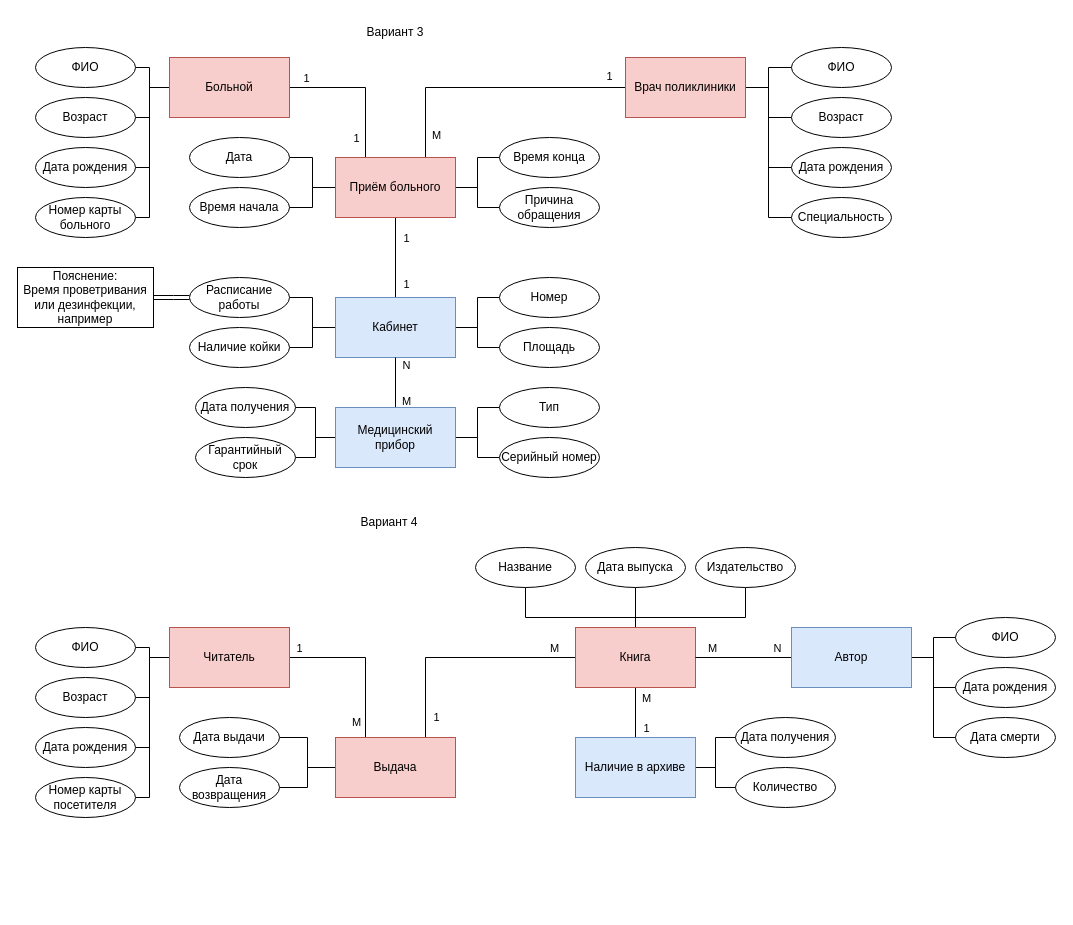
FLord35/DB keeps this draw.io diagram as lab1.drawio. Above is the earlier version. Source tidied: cells renumbered, new cells numbered last; positions are measured from the earlier drawing's top-left corner, leaving out a move shared by most shapes. Both pictures are drawn from the tidied source at 100%, with x=0, y=0 at pixel (17, 17).
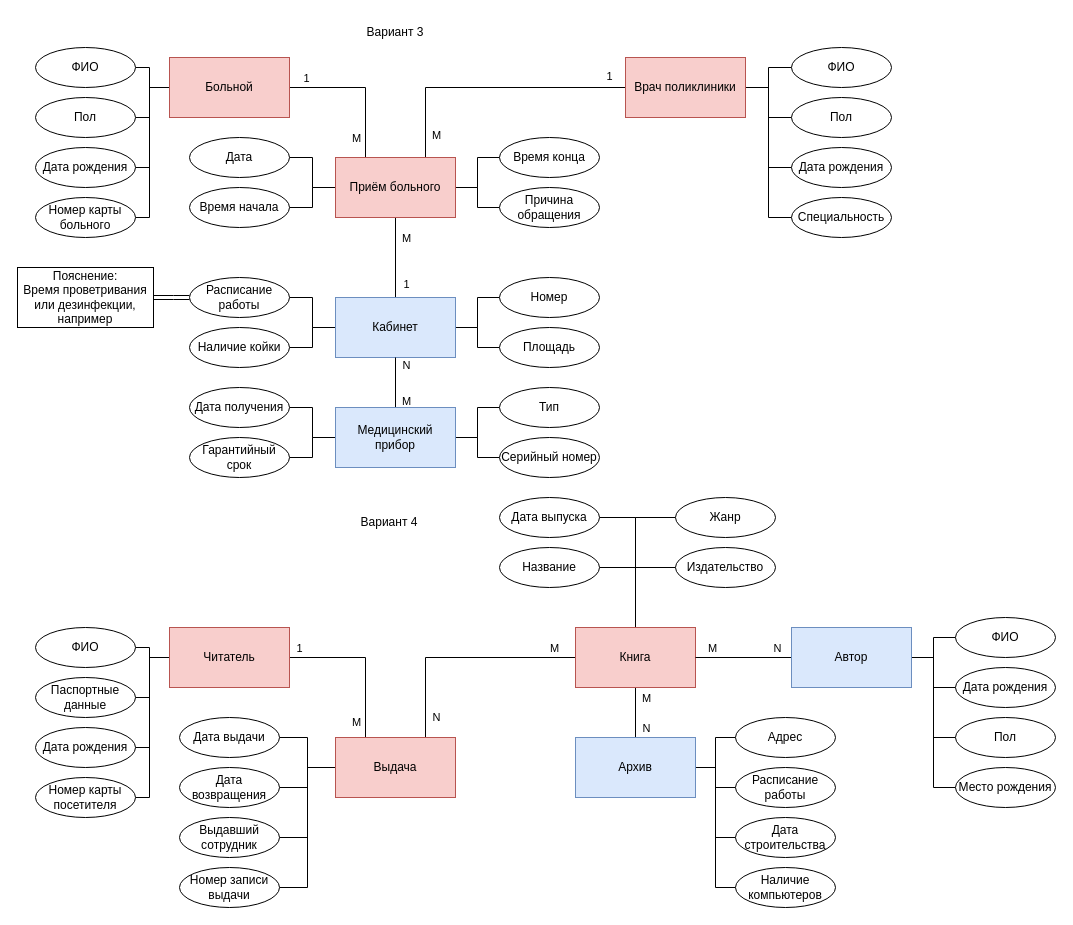
The same diagram, later.

Unchanged cells that the change refers to:
```xml
<mxCell id="14" style="edgeStyle=orthogonalEdgeStyle;rounded=0;jettySize=auto;html=1;entryX=0.25;entryY=0;entryDx=0;entryDy=0;strokeColor=default;align=center;verticalAlign=middle;fontFamily=Helvetica;fontSize=11;fontColor=default;labelBackgroundColor=default;endArrow=none;endFill=0;" parent="1" edge="1" source="18" target="26">
  <mxGeometry relative="1" as="geometry" />
</mxCell>
<mxCell id="19" style="edgeStyle=orthogonalEdgeStyle;rounded=0;jettySize=auto;html=1;entryX=0.5;entryY=0;entryDx=0;entryDy=0;strokeColor=default;align=center;verticalAlign=middle;fontFamily=Helvetica;fontSize=11;fontColor=default;labelBackgroundColor=default;endArrow=none;endFill=0;" parent="1" edge="1" source="26" target="41">
  <mxGeometry relative="1" as="geometry" />
</mxCell>
<mxCell id="60" style="edgeStyle=orthogonalEdgeStyle;rounded=0;jettySize=auto;html=1;entryX=0.75;entryY=0;entryDx=0;entryDy=0;strokeColor=default;align=center;verticalAlign=middle;fontFamily=Helvetica;fontSize=11;fontColor=default;labelBackgroundColor=default;endArrow=none;endFill=0;" parent="1" edge="1" source="69" target="72">
  <mxGeometry relative="1" as="geometry" />
</mxCell>
<mxCell id="66" style="edgeStyle=orthogonalEdgeStyle;rounded=0;jettySize=auto;html=1;entryX=0.5;entryY=0;entryDx=0;entryDy=0;strokeColor=default;align=center;verticalAlign=middle;fontFamily=Helvetica;fontSize=11;fontColor=default;labelBackgroundColor=default;endArrow=none;endFill=0;" parent="1" edge="1" source="69" target="94">
  <mxGeometry relative="1" as="geometry" />
</mxCell>
<mxCell id="69" value="Книга" style="rounded=0;whiteSpace=wrap;html=1;fillColor=#f8cecc;strokeColor=#b85450;" parent="1" vertex="1">
  <mxGeometry x="558" y="610" width="120" height="60" as="geometry" />
</mxCell>
<mxCell id="72" value="Выдача" style="rounded=0;whiteSpace=wrap;html=1;fillColor=#f8cecc;strokeColor=#b85450;" parent="1" vertex="1">
  <mxGeometry x="318" y="720" width="120" height="60" as="geometry" />
</mxCell>
<mxCell id="79" value="Автор" style="rounded=0;whiteSpace=wrap;html=1;fillColor=#dae8fc;strokeColor=#6c8ebf;" parent="1" vertex="1">
  <mxGeometry x="774" y="610" width="120" height="60" as="geometry" />
</mxCell>
```

What changed in the source:
```diff
@@
-    <mxCell id="16" value="1" style="edgeLabel;html=1;align=center;verticalAlign=middle;rounded=0;strokeColor=default;fontFamily=Helvetica;fontSize=11;fontColor=default;labelBackgroundColor=default;" parent="14" vertex="1">
+    <mxCell id="16" value="M" style="edgeLabel;html=1;align=center;verticalAlign=middle;rounded=0;strokeColor=default;fontFamily=Helvetica;fontSize=11;fontColor=default;labelBackgroundColor=default;" parent="14" vertex="1">
       <mxGeometry x="0.55" y="-1" relative="1" as="geometry">
         <mxPoint x="-9" y="13" as="offset" />
       </mxGeometry>
     </mxCell>
@@
-    <mxCell id="20" value="1" style="edgeLabel;html=1;align=center;verticalAlign=middle;rounded=0;strokeColor=default;fontFamily=Helvetica;fontSize=11;fontColor=default;labelBackgroundColor=default;" parent="19" vertex="1">
-      <mxGeometry x="0.09" y="-1" relative="1" as="geometry">
-        <mxPoint x="11" y="-24" as="offset" />
-      </mxGeometry>
-    </mxCell>
@@
+    <mxCell id="109" value="M" style="edgeLabel;html=1;align=center;verticalAlign=middle;" parent="19" vertex="1">
+      <mxGeometry x="-0.76" y="-2" relative="1" as="geometry">
+        <mxPoint x="12" y="10" as="offset" />
+      </mxGeometry>
+    </mxCell>
@@
-    <mxCell id="28" value="Возраст" style="ellipse;whiteSpace=wrap;html=1;" parent="1" vertex="1">
+    <mxCell id="28" value="Пол" style="ellipse;whiteSpace=wrap;html=1;" parent="1" vertex="1">
       <mxGeometry x="18" y="80" width="100" height="40" as="geometry" />
     </mxCell>
@@
-    <mxCell id="32" value="Возраст" style="ellipse;whiteSpace=wrap;html=1;" parent="1" vertex="1">
+    <mxCell id="32" value="Пол" style="ellipse;whiteSpace=wrap;html=1;" parent="1" vertex="1">
       <mxGeometry x="774" y="80" width="100" height="40" as="geometry" />
     </mxCell>
@@
-    <mxCell id="62" value="1" style="edgeLabel;html=1;align=center;verticalAlign=middle;rounded=0;strokeColor=default;fontFamily=Helvetica;fontSize=11;fontColor=default;labelBackgroundColor=default;" parent="60" vertex="1">
+    <mxCell id="62" value="N" style="edgeLabel;html=1;align=center;verticalAlign=middle;rounded=0;strokeColor=default;fontFamily=Helvetica;fontSize=11;fontColor=default;labelBackgroundColor=default;" parent="60" vertex="1">
       <mxGeometry x="0.75" y="1" relative="1" as="geometry">
         <mxPoint x="9" y="8" as="offset" />
       </mxGeometry>
     </mxCell>
-    <mxCell id="63" style="edgeStyle=orthogonalEdgeStyle;rounded=0;jettySize=auto;html=1;entryX=0.5;entryY=1;entryDx=0;entryDy=0;strokeColor=default;align=center;verticalAlign=middle;fontFamily=Helvetica;fontSize=11;fontColor=default;labelBackgroundColor=default;endArrow=none;endFill=0;" parent="1" edge="1" source="69" target="84">
+    <mxCell id="63" style="edgeStyle=orthogonalEdgeStyle;rounded=0;jettySize=auto;html=1;entryX=1;entryY=0.5;entryDx=0;entryDy=0;strokeColor=default;align=center;verticalAlign=middle;fontFamily=Helvetica;fontSize=11;fontColor=default;labelBackgroundColor=default;endArrow=none;endFill=0;" parent="1" edge="1" source="69" target="84">
       <mxGeometry relative="1" as="geometry">
         <Array as="points">
-          <mxPoint x="618" y="600" />
-          <mxPoint x="508" y="600" />
+          <mxPoint x="618" y="550" />
         </Array>
       </mxGeometry>
     </mxCell>
-    <mxCell id="64" style="edgeStyle=orthogonalEdgeStyle;rounded=0;jettySize=auto;html=1;entryX=0.5;entryY=1;entryDx=0;entryDy=0;strokeColor=default;align=center;verticalAlign=middle;fontFamily=Helvetica;fontSize=11;fontColor=default;labelBackgroundColor=default;endArrow=none;endFill=0;" parent="1" edge="1" source="69" target="85">
-      <mxGeometry relative="1" as="geometry" />
+    <mxCell id="64" style="edgeStyle=orthogonalEdgeStyle;rounded=0;jettySize=auto;html=1;entryX=1;entryY=0.5;entryDx=0;entryDy=0;strokeColor=default;align=center;verticalAlign=middle;fontFamily=Helvetica;fontSize=11;fontColor=default;labelBackgroundColor=default;endArrow=none;endFill=0;" parent="1" edge="1" source="69" target="85">
+      <mxGeometry relative="1" as="geometry">
+        <Array as="points">
+          <mxPoint x="618" y="500" />
+        </Array>
+      </mxGeometry>
     </mxCell>
-    <mxCell id="65" style="edgeStyle=orthogonalEdgeStyle;rounded=0;jettySize=auto;html=1;entryX=0.5;entryY=1;entryDx=0;entryDy=0;strokeColor=default;align=center;verticalAlign=middle;fontFamily=Helvetica;fontSize=11;fontColor=default;labelBackgroundColor=default;endArrow=none;endFill=0;" parent="1" edge="1" source="69" target="86">
+    <mxCell id="65" style="edgeStyle=orthogonalEdgeStyle;rounded=0;jettySize=auto;html=1;entryX=0;entryY=0.5;entryDx=0;entryDy=0;strokeColor=default;align=center;verticalAlign=middle;fontFamily=Helvetica;fontSize=11;fontColor=default;labelBackgroundColor=default;endArrow=none;endFill=0;" parent="1" edge="1" source="69" target="86">
       <mxGeometry relative="1" as="geometry">
         <Array as="points">
-          <mxPoint x="618" y="600" />
-          <mxPoint x="728" y="600" />
+          <mxPoint x="618" y="550" />
         </Array>
       </mxGeometry>
     </mxCell>
@@
-    <mxCell id="67" value="1" style="edgeLabel;html=1;align=center;verticalAlign=middle;rounded=0;strokeColor=default;fontFamily=Helvetica;fontSize=11;fontColor=default;labelBackgroundColor=default;" parent="66" vertex="1">
+    <mxCell id="67" value="N" style="edgeLabel;html=1;align=center;verticalAlign=middle;rounded=0;strokeColor=default;fontFamily=Helvetica;fontSize=11;fontColor=default;labelBackgroundColor=default;" parent="66" vertex="1">
       <mxGeometry x="0.56" y="-1" relative="1" as="geometry">
         <mxPoint x="11" y="1" as="offset" />
       </mxGeometry>
     </mxCell>
@@
+    <mxCell id="110" style="edgeStyle=orthogonalEdgeStyle;rounded=0;jettySize=auto;html=1;entryX=0;entryY=0.5;entryDx=0;entryDy=0;endArrow=none;endFill=0;" parent="1" edge="1" source="69" target="119">
+      <mxGeometry relative="1" as="geometry" />
+    </mxCell>
@@
+    <mxCell id="111" style="edgeStyle=orthogonalEdgeStyle;rounded=0;jettySize=auto;html=1;entryX=1;entryY=0.5;entryDx=0;entryDy=0;endArrow=none;endFill=0;" parent="1" edge="1" source="72" target="117">
+      <mxGeometry relative="1" as="geometry" />
+    </mxCell>
+    <mxCell id="112" style="edgeStyle=orthogonalEdgeStyle;rounded=0;jettySize=auto;html=1;entryX=1;entryY=0.5;entryDx=0;entryDy=0;endArrow=none;endFill=0;" parent="1" edge="1" source="72" target="120">
+      <mxGeometry relative="1" as="geometry" />
+    </mxCell>
@@
-    <mxCell id="78" style="edgeStyle=orthogonalEdgeStyle;rounded=0;jettySize=auto;html=1;entryX=0;entryY=0.5;entryDx=0;entryDy=0;strokeColor=default;endArrow=none;endFill=0;align=center;verticalAlign=middle;fontFamily=Helvetica;fontSize=11;fontColor=default;labelBackgroundColor=default;" parent="1" edge="1" source="79" target="89">
+    <mxCell id="78" style="edgeStyle=orthogonalEdgeStyle;rounded=0;jettySize=auto;html=1;entryX=0;entryY=0.5;entryDx=0;entryDy=0;strokeColor=default;endArrow=none;endFill=0;align=center;verticalAlign=middle;fontFamily=Helvetica;fontSize=11;fontColor=default;labelBackgroundColor=default;" parent="1" edge="1" source="79" target="118">
       <mxGeometry relative="1" as="geometry" />
     </mxCell>
+    <mxCell id="113" style="edgeStyle=orthogonalEdgeStyle;rounded=0;jettySize=auto;html=1;entryX=0;entryY=0.5;entryDx=0;entryDy=0;endArrow=none;endFill=0;" parent="1" edge="1" source="79" target="116">
+      <mxGeometry relative="1" as="geometry" />
+    </mxCell>
@@
-    <mxCell id="81" value="Возраст" style="ellipse;whiteSpace=wrap;html=1;" parent="1" vertex="1">
+    <mxCell id="81" value="Паспортные данные" style="ellipse;whiteSpace=wrap;html=1;" parent="1" vertex="1">
       <mxGeometry x="18" y="660" width="100" height="40" as="geometry" />
     </mxCell>
@@
     <mxCell id="84" value="Название" style="ellipse;whiteSpace=wrap;html=1;" parent="1" vertex="1">
-      <mxGeometry x="458" y="530" width="100" height="40" as="geometry" />
+      <mxGeometry x="482" y="530" width="100" height="40" as="geometry" />
     </mxCell>
     <mxCell id="85" value="Дата выпуска" style="ellipse;whiteSpace=wrap;html=1;" parent="1" vertex="1">
-      <mxGeometry x="568" y="530" width="100" height="40" as="geometry" />
+      <mxGeometry x="482" y="480" width="100" height="40" as="geometry" />
     </mxCell>
     <mxCell id="86" value="Издательство" style="ellipse;whiteSpace=wrap;html=1;" parent="1" vertex="1">
-      <mxGeometry x="678" y="530" width="100" height="40" as="geometry" />
+      <mxGeometry x="658" y="530" width="100" height="40" as="geometry" />
     </mxCell>
@@
-    <mxCell id="89" value="Дата смерти" style="ellipse;whiteSpace=wrap;html=1;" parent="1" vertex="1">
-      <mxGeometry x="938" y="700" width="100" height="40" as="geometry" />
-    </mxCell>
@@
+    <mxCell id="114" style="edgeStyle=orthogonalEdgeStyle;rounded=0;jettySize=auto;html=1;entryX=0;entryY=0.5;entryDx=0;entryDy=0;strokeColor=default;align=center;verticalAlign=middle;fontFamily=Helvetica;fontSize=11;fontColor=default;labelBackgroundColor=default;endArrow=none;endFill=0;" parent="1" edge="1" source="94" target="121">
+      <mxGeometry relative="1" as="geometry" />
+    </mxCell>
+    <mxCell id="115" style="edgeStyle=orthogonalEdgeStyle;rounded=0;jettySize=auto;html=1;entryX=0;entryY=0.5;entryDx=0;entryDy=0;strokeColor=default;align=center;verticalAlign=middle;fontFamily=Helvetica;fontSize=11;fontColor=default;labelBackgroundColor=default;endArrow=none;endFill=0;" parent="1" edge="1" source="94" target="122">
+      <mxGeometry relative="1" as="geometry" />
+    </mxCell>
-    <mxCell id="94" value="Наличие в архиве" style="rounded=0;whiteSpace=wrap;html=1;fillColor=#dae8fc;strokeColor=#6c8ebf;" parent="1" vertex="1">
+    <mxCell id="94" value="Архив" style="rounded=0;whiteSpace=wrap;html=1;fillColor=#dae8fc;strokeColor=#6c8ebf;" parent="1" vertex="1">
       <mxGeometry x="558" y="720" width="120" height="60" as="geometry" />
     </mxCell>
-    <mxCell id="95" value="Дата получения" style="ellipse;whiteSpace=wrap;html=1;" parent="1" vertex="1">
+    <mxCell id="95" value="Адрес" style="ellipse;whiteSpace=wrap;html=1;" parent="1" vertex="1">
       <mxGeometry x="718" y="700" width="100" height="40" as="geometry" />
     </mxCell>
-    <mxCell id="96" value="Количество" style="ellipse;whiteSpace=wrap;html=1;" parent="1" vertex="1">
+    <mxCell id="96" value="Расписание работы" style="ellipse;whiteSpace=wrap;html=1;" parent="1" vertex="1">
       <mxGeometry x="718" y="750" width="100" height="40" as="geometry" />
     </mxCell>
@@
     <mxCell id="106" value="Дата получения" style="ellipse;whiteSpace=wrap;html=1;" parent="1" vertex="1">
-      <mxGeometry x="178" y="370" width="100" height="40" as="geometry" />
+      <mxGeometry x="172" y="370" width="100" height="40" as="geometry" />
     </mxCell>
     <mxCell id="107" value="Гарантийный срок" style="ellipse;whiteSpace=wrap;html=1;" parent="1" vertex="1">
-      <mxGeometry x="178" y="420" width="100" height="40" as="geometry" />
+      <mxGeometry x="172" y="420" width="100" height="40" as="geometry" />
     </mxCell>
@@
+    <mxCell id="116" value="Место рождения" style="ellipse;whiteSpace=wrap;html=1;" parent="1" vertex="1">
+      <mxGeometry x="938" y="750" width="100" height="40" as="geometry" />
+    </mxCell>
+    <mxCell id="117" value="Выдавший сотрудник" style="ellipse;whiteSpace=wrap;html=1;" parent="1" vertex="1">
+      <mxGeometry x="162" y="800" width="100" height="40" as="geometry" />
+    </mxCell>
+    <mxCell id="118" value="Пол" style="ellipse;whiteSpace=wrap;html=1;" parent="1" vertex="1">
+      <mxGeometry x="938" y="700" width="100" height="40" as="geometry" />
+    </mxCell>
+    <mxCell id="119" value="Жанр" style="ellipse;whiteSpace=wrap;html=1;" parent="1" vertex="1">
+      <mxGeometry x="658" y="480" width="100" height="40" as="geometry" />
+    </mxCell>
+    <mxCell id="120" value="Номер записи выдачи" style="ellipse;whiteSpace=wrap;html=1;" parent="1" vertex="1">
+      <mxGeometry x="162" y="850" width="100" height="40" as="geometry" />
+    </mxCell>
+    <mxCell id="121" value="Дата строительства" style="ellipse;whiteSpace=wrap;html=1;" parent="1" vertex="1">
+      <mxGeometry x="718" y="800" width="100" height="40" as="geometry" />
+    </mxCell>
+    <mxCell id="122" value="Наличие компьютеров" style="ellipse;whiteSpace=wrap;html=1;" parent="1" vertex="1">
+      <mxGeometry x="718" y="850" width="100" height="40" as="geometry" />
+    </mxCell>
```
